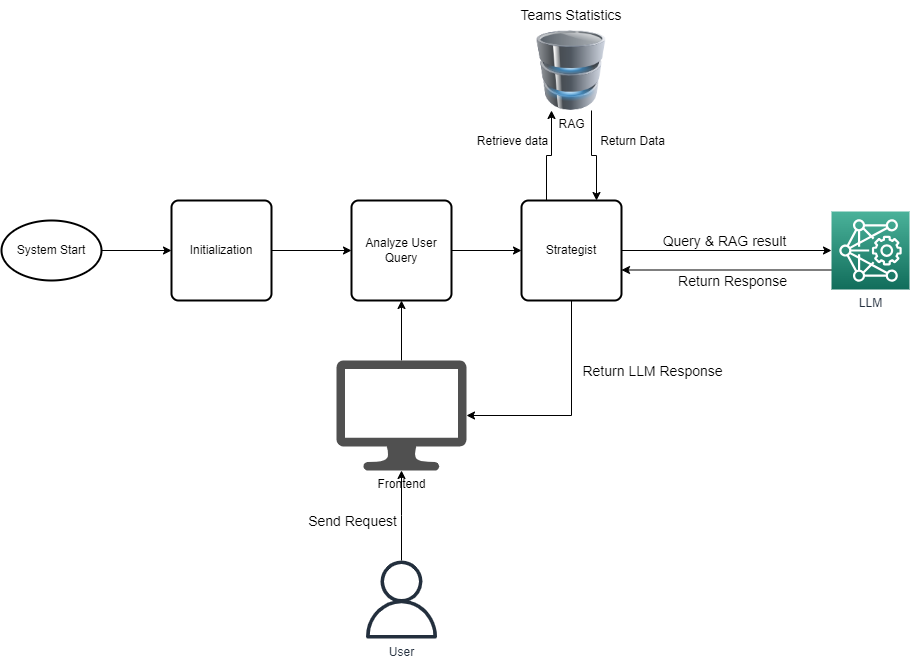
Above: Doc/Europe Football workflow-v2.drawio.png in Haemon-Yang/FootballBettingAgent (draw.io), before the change. Source tidied: cells renumbered, new cells last; positions are measured from the earlier drawing's top-left corner, leaving out a move shared by most shapes.
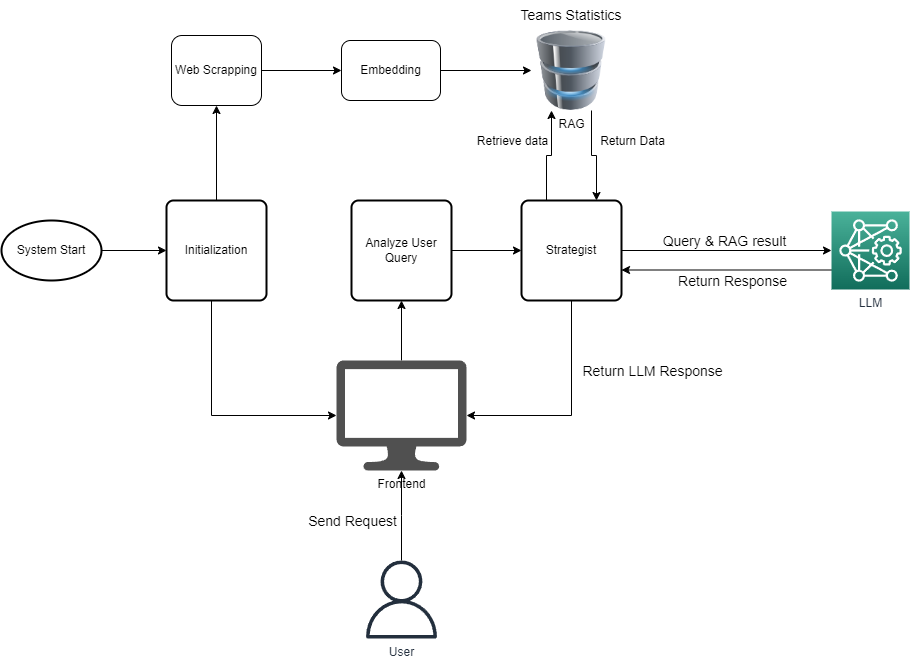
Later version of the same file.

Commit message:
Update: Update workflow diagram

What?
- Add scrapping part

Diff of the diagram source:
```diff
@@ -8,11 +8,18 @@
     <mxCell id="3" value="System Start" style="strokeWidth=2;html=1;shape=mxgraph.flowchart.start_1;whiteSpace=wrap;" parent="1" vertex="1">
       <mxGeometry y="220" width="100" height="60" as="geometry" />
     </mxCell>
-    <mxCell id="4" style="edgeStyle=orthogonalEdgeStyle;rounded=0;jettySize=auto;html=1;exitX=1;exitY=0.5;exitDx=0;exitDy=0;entryX=0;entryY=0.5;entryDx=0;entryDy=0;" parent="1" edge="1" source="5" target="12">
-      <mxGeometry relative="1" as="geometry" />
-    </mxCell>
+    <mxCell id="27" style="edgeStyle=orthogonalEdgeStyle;rounded=0;jettySize=auto;html=1;" parent="1" edge="1" source="5" target="10">
+      <mxGeometry relative="1" as="geometry">
+        <Array as="points">
+          <mxPoint x="210" y="415" />
+        </Array>
+      </mxGeometry>
+    </mxCell>
+    <mxCell id="28" style="edgeStyle=orthogonalEdgeStyle;rounded=0;jettySize=auto;html=1;entryX=0.5;entryY=1;entryDx=0;entryDy=0;" parent="1" edge="1" source="5" target="30">
+      <mxGeometry relative="1" as="geometry" />
+    </mxCell>
     <mxCell id="5" value="Initialization" style="rounded=1;whiteSpace=wrap;html=1;absoluteArcSize=1;arcSize=14;strokeWidth=2;" parent="1" vertex="1">
-      <mxGeometry x="170" y="200" width="100" height="100" as="geometry" />
+      <mxGeometry x="165" y="200" width="100" height="100" as="geometry" />
     </mxCell>
     <mxCell id="6" style="edgeStyle=orthogonalEdgeStyle;rounded=0;jettySize=auto;html=1;" parent="1" edge="1" source="8" target="10">
       <mxGeometry relative="1" as="geometry" />
@@ -90,8 +97,20 @@
     <mxCell id="25" value="RAG" style="image;html=1;image=img/lib/clip_art/computers/Database_128x128.png;" parent="1" vertex="1">
       <mxGeometry x="530" y="30" width="80" height="80" as="geometry" />
     </mxCell>
-    <mxCell id="26" value="&lt;font style=&quot;font-size: 14px;&quot;&gt;Teams Statistics&lt;/font&gt;" style="text;html=1;strokeColor=none;fillColor=none;align=center;verticalAlign=middle;whiteSpace=wrap;rounded=0;" parent="1" vertex="1">
+    <mxCell id="26" value="&lt;font style=&quot;font-size: 14px;&quot;&gt;Teams Statistics&lt;br&gt;&lt;/font&gt;" style="text;html=1;strokeColor=none;fillColor=none;align=center;verticalAlign=middle;whiteSpace=wrap;rounded=0;" parent="1" vertex="1">
       <mxGeometry x="510" width="120" height="30" as="geometry" />
     </mxCell>
+    <mxCell id="29" style="edgeStyle=orthogonalEdgeStyle;rounded=0;jettySize=auto;html=1;entryX=0;entryY=0.5;entryDx=0;entryDy=0;" parent="1" edge="1" source="30" target="32">
+      <mxGeometry relative="1" as="geometry" />
+    </mxCell>
+    <mxCell id="30" value="Web Scrapping" style="rounded=1;whiteSpace=wrap;html=1;" parent="1" vertex="1">
+      <mxGeometry x="170" y="35" width="90" height="70" as="geometry" />
+    </mxCell>
+    <mxCell id="31" style="edgeStyle=orthogonalEdgeStyle;rounded=0;jettySize=auto;html=1;entryX=0;entryY=0.5;entryDx=0;entryDy=0;" parent="1" edge="1" source="32" target="25">
+      <mxGeometry relative="1" as="geometry" />
+    </mxCell>
+    <mxCell id="32" value="Embedding" style="rounded=1;whiteSpace=wrap;html=1;" parent="1" vertex="1">
+      <mxGeometry x="340" y="40" width="99" height="60" as="geometry" />
+    </mxCell>
   </root>
 </mxGraphModel>
```
